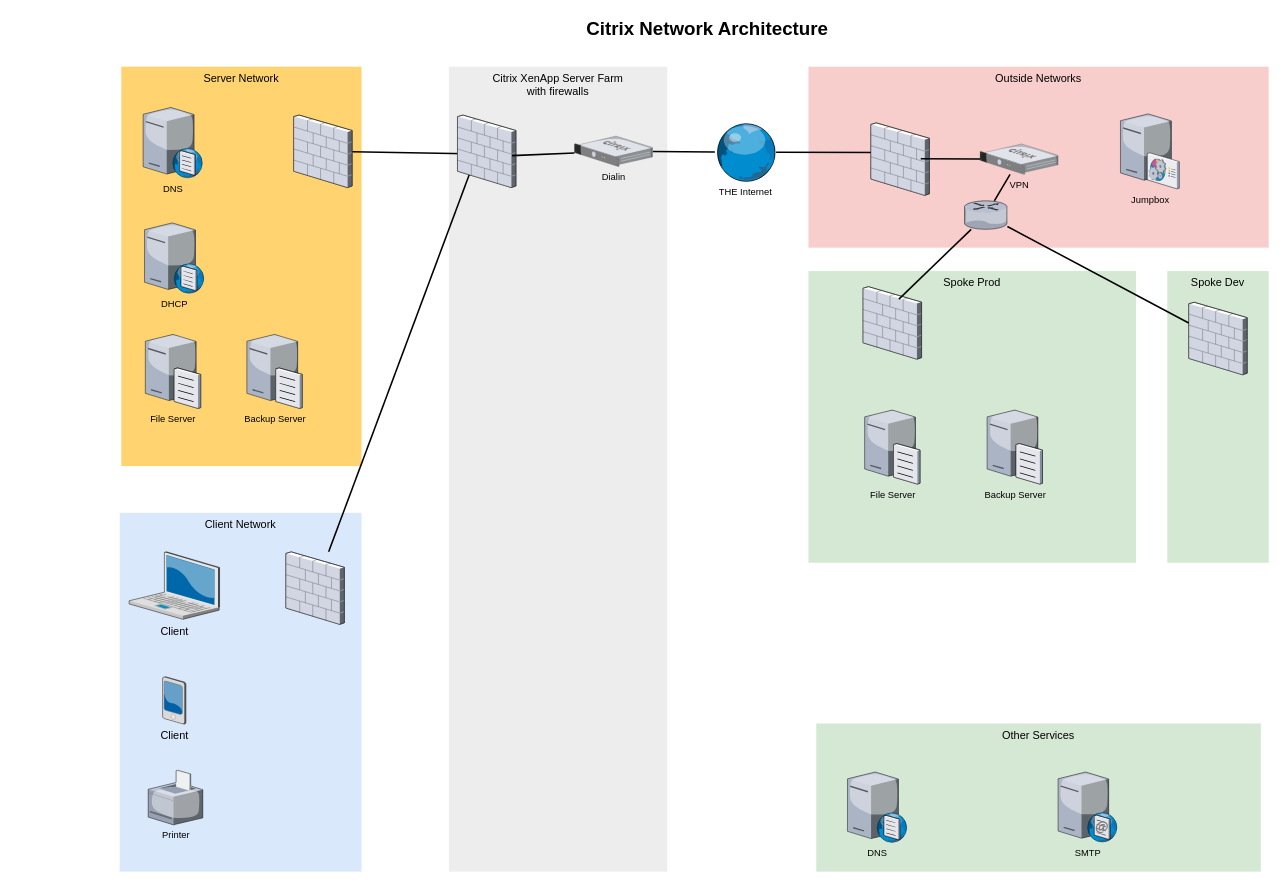
bboortz/monorepo keeps this draw.io diagram as deploy/infrastructure.drawio. Above is the earlier version. Source tidied: cells renumbered, new cells numbered last; positions are measured from the earlier drawing's top-left corner, leaving out a move shared by most shapes. Both pictures are drawn from the tidied source at 78%, with x=0, y=0 at pixel (119, 13).
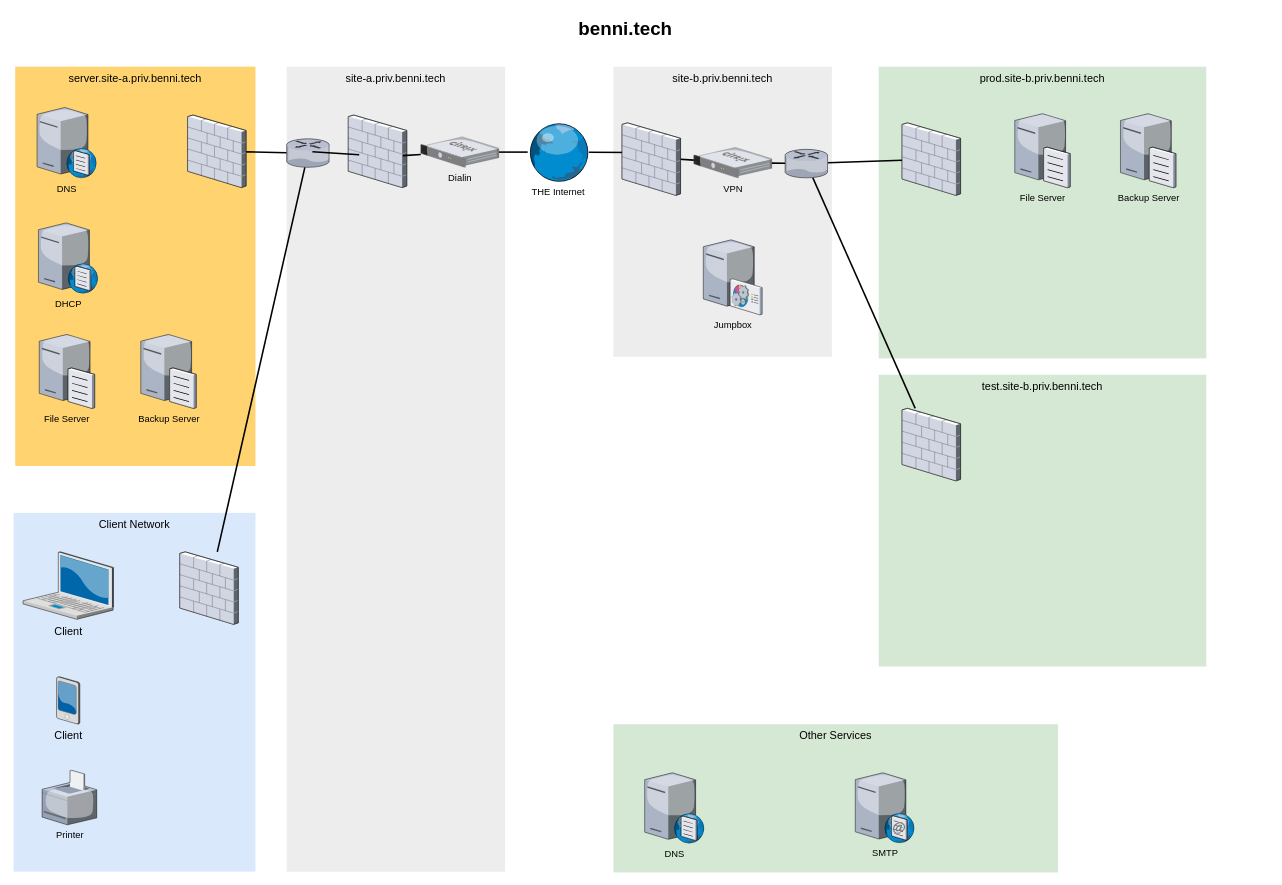
The same page after the edit.

The edit, as a diff of the source:
```diff
@@
+    <mxCell id="41" value="site-b.priv.benni.tech" style="whiteSpace=wrap;html=1;fillColor=#EDEDED;fontSize=14;strokeColor=none;verticalAlign=top;" parent="1" vertex="1">
+      <mxGeometry x="633" y="68" width="280" height="372" as="geometry" />
+    </mxCell>
     <mxCell id="2" value="Other Services" style="whiteSpace=wrap;html=1;fillColor=#d5e8d4;fontSize=14;strokeColor=none;verticalAlign=top;" parent="1" vertex="1">
-      <mxGeometry x="893" y="910" width="570" height="190" as="geometry" />
+      <mxGeometry x="633" y="911" width="570" height="190" as="geometry" />
     </mxCell>
-    <mxCell id="3" value="Outside Networks" style="whiteSpace=wrap;html=1;fillColor=#f8cecc;fontSize=14;strokeColor=none;verticalAlign=top;" parent="1" vertex="1">
-      <mxGeometry x="883" y="68" width="590" height="232" as="geometry" />
-    </mxCell>
-    <mxCell id="4" value="Spoke Prod" style="whiteSpace=wrap;html=1;fillColor=#d5e8d4;fontSize=14;strokeColor=none;verticalAlign=top;" parent="1" vertex="1">
-      <mxGeometry x="883" y="330" width="420" height="374" as="geometry" />
+    <mxCell id="4" value="prod.site-b.priv.benni.tech" style="whiteSpace=wrap;html=1;fillColor=#d5e8d4;fontSize=14;strokeColor=none;verticalAlign=top;" parent="1" vertex="1">
+      <mxGeometry x="973" y="68" width="420" height="374" as="geometry" />
     </mxCell>
-    <mxCell id="5" value="Citrix XenApp Server Farm&lt;div&gt;with firewalls&lt;/div&gt;" style="whiteSpace=wrap;html=1;fillColor=#EDEDED;fontSize=14;strokeColor=none;verticalAlign=top;" parent="1" vertex="1">
-      <mxGeometry x="422" y="68" width="280" height="1032" as="geometry" />
+    <mxCell id="5" value="site-a.priv.benni.tech" style="whiteSpace=wrap;html=1;fillColor=#EDEDED;fontSize=14;strokeColor=none;verticalAlign=top;" parent="1" vertex="1">
+      <mxGeometry x="214" y="68" width="280" height="1032" as="geometry" />
     </mxCell>
     <mxCell id="6" value="Client Network" style="whiteSpace=wrap;html=1;fillColor=#dae8fc;fontSize=14;strokeColor=none;verticalAlign=top;" parent="1" vertex="1">
-      <mxGeometry y="640" width="310" height="460" as="geometry" />
+      <mxGeometry x="-136" y="640" width="310" height="460" as="geometry" />
     </mxCell>
-    <mxCell id="7" value="Server Network" style="whiteSpace=wrap;html=1;fillColor=#FFD470;gradientColor=none;fontSize=14;strokeColor=none;verticalAlign=top;" parent="1" vertex="1">
-      <mxGeometry x="2" y="68" width="308" height="512" as="geometry" />
+    <mxCell id="7" value="server.site-a.priv.benni.tech" style="whiteSpace=wrap;html=1;fillColor=#FFD470;gradientColor=none;fontSize=14;strokeColor=none;verticalAlign=top;" parent="1" vertex="1">
+      <mxGeometry x="-134" y="68" width="308" height="512" as="geometry" />
     </mxCell>
     <mxCell id="8" value="Client" style="verticalLabelPosition=bottom;html=1;verticalAlign=top;strokeColor=none;shape=mxgraph.citrix.laptop_2;fillColor=#66B2FF;gradientColor=#0066CC;fontSize=14;" parent="1" vertex="1">
-      <mxGeometry x="12" y="690" width="116" height="86.5" as="geometry" />
+      <mxGeometry x="-124" y="690" width="116" height="86.5" as="geometry" />
     </mxCell>
-    <mxCell id="9" style="edgeStyle=none;rounded=0;html=1;startSize=10;endSize=10;jettySize=auto;fontSize=14;endArrow=none;endFill=0;strokeWidth=2;entryX=0.293;entryY=0.624;entryDx=0;entryDy=0;entryPerimeter=0;" parent="1" edge="1" source="25" target="15">
+    <mxCell id="9" style="edgeStyle=none;rounded=0;html=1;startSize=10;endSize=10;jettySize=auto;fontSize=14;endArrow=none;endFill=0;strokeWidth=2;" parent="1" edge="1" source="25" target="42">
       <mxGeometry relative="1" as="geometry" />
     </mxCell>
     <mxCell id="10" value="Client" style="verticalLabelPosition=bottom;html=1;verticalAlign=top;strokeColor=none;shape=mxgraph.citrix.pda;fillColor=#66B2FF;gradientColor=#0066CC;fontSize=14;" parent="1" vertex="1">
-      <mxGeometry x="55" y="850" width="30" height="61" as="geometry" />
+      <mxGeometry x="-81" y="850" width="30" height="61" as="geometry" />
     </mxCell>
-    <mxCell id="11" style="edgeStyle=none;rounded=0;html=1;startSize=10;endSize=10;jettySize=auto;fontSize=14;endArrow=none;endFill=0;strokeWidth=2;exitX=0.4;exitY=0.538;exitDx=0;exitDy=0;exitPerimeter=0;" parent="1" edge="1" source="15" target="13">
+    <mxCell id="11" style="edgeStyle=none;rounded=0;html=1;startSize=10;endSize=10;jettySize=auto;fontSize=14;endArrow=none;endFill=0;strokeWidth=2;" parent="1" edge="1" source="42" target="13">
       <mxGeometry relative="1" as="geometry" />
     </mxCell>
     <mxCell id="12" style="verticalLabelPosition=bottom;html=1;verticalAlign=top;strokeColor=none;shape=mxgraph.citrix.router;fillColor=#66B2FF;gradientColor=#0066CC;fontSize=14;" parent="1" vertex="1">
-      <mxGeometry x="1083" y="240" width="55" height="36.5" as="geometry" />
+      <mxGeometry x="853" y="174" width="55" height="36.5" as="geometry" />
     </mxCell>
     <mxCell id="13" style="verticalLabelPosition=bottom;html=1;verticalAlign=top;strokeColor=none;shape=mxgraph.citrix.firewall;fillColor=#66B2FF;gradientColor=#0066CC;fontSize=14;" parent="1" vertex="1">
-      <mxGeometry x="223" y="130" width="75" height="93" as="geometry" />
+      <mxGeometry x="87" y="130" width="75" height="93" as="geometry" />
     </mxCell>
@@
     <mxCell id="15" style="verticalLabelPosition=bottom;html=1;verticalAlign=top;strokeColor=none;shape=mxgraph.citrix.firewall;fillColor=#66B2FF;gradientColor=#0066CC;fontSize=14;" parent="1" vertex="1">
-      <mxGeometry x="433" y="130" width="75" height="93" as="geometry" />
+      <mxGeometry x="293" y="130" width="75" height="93" as="geometry" />
     </mxCell>
@@
-    <mxCell id="17" value="Citrix Network Architecture" style="text;strokeColor=none;fillColor=none;html=1;fontSize=24;fontStyle=1;verticalAlign=middle;align=center;" parent="1" vertex="1">
-      <mxGeometry x="322" width="861" height="40" as="geometry" />
+    <mxCell id="17" value="benni.tech" style="text;strokeColor=none;fillColor=none;html=1;fontSize=24;fontStyle=1;verticalAlign=middle;align=center;" parent="1" vertex="1">
+      <mxGeometry x="217" width="861" height="40" as="geometry" />
     </mxCell>
     <mxCell id="18" value="DNS" style="verticalLabelPosition=bottom;sketch=0;html=1;verticalAlign=top;strokeColor=none;align=center;shape=mxgraph.citrix.dns_server;" parent="1" vertex="1">
-      <mxGeometry x="30" y="118" width="76.5" height="92.5" as="geometry" />
+      <mxGeometry x="-106" y="118" width="76.5" height="92.5" as="geometry" />
     </mxCell>
     <mxCell id="19" value="&lt;div&gt;File Server&lt;/div&gt;" style="verticalLabelPosition=bottom;sketch=0;html=1;verticalAlign=top;strokeColor=none;align=center;shape=mxgraph.citrix.file_server;" parent="1" vertex="1">
-      <mxGeometry x="32.8" y="409" width="71" height="97" as="geometry" />
+      <mxGeometry x="-103.2" y="409" width="71" height="97" as="geometry" />
     </mxCell>
     <mxCell id="20" value="Printer" style="verticalLabelPosition=bottom;sketch=0;html=1;verticalAlign=top;strokeColor=none;align=center;shape=mxgraph.citrix.printer;" parent="1" vertex="1">
-      <mxGeometry x="36.5" y="970" width="70" height="70" as="geometry" />
+      <mxGeometry x="-99.5" y="970" width="70" height="70" as="geometry" />
     </mxCell>
     <mxCell id="21" value="SMTP" style="verticalLabelPosition=bottom;sketch=0;html=1;verticalAlign=top;strokeColor=none;align=center;shape=mxgraph.citrix.smtp_server;" parent="1" vertex="1">
-      <mxGeometry x="1203" y="970" width="76" height="92" as="geometry" />
+      <mxGeometry x="943" y="971" width="76" height="92" as="geometry" />
     </mxCell>
     <mxCell id="22" value="Dialin" style="verticalLabelPosition=bottom;sketch=0;html=1;verticalAlign=top;strokeColor=none;align=center;outlineConnect=0;shape=mxgraph.citrix.netscaler_gateway;" parent="1" vertex="1">
-      <mxGeometry x="583" y="157" width="100" height="39" as="geometry" />
+      <mxGeometry x="386" y="158" width="100" height="39" as="geometry" />
     </mxCell>
     <mxCell id="23" value="DHCP" style="verticalLabelPosition=bottom;sketch=0;html=1;verticalAlign=top;strokeColor=none;align=center;shape=mxgraph.citrix.dns_server;" parent="1" vertex="1">
-      <mxGeometry x="31.8" y="266" width="76.5" height="92.5" as="geometry" />
+      <mxGeometry x="-104.2" y="266" width="76.5" height="92.5" as="geometry" />
     </mxCell>
@@
     <mxCell id="25" style="verticalLabelPosition=bottom;html=1;verticalAlign=top;strokeColor=none;shape=mxgraph.citrix.firewall;fillColor=#66B2FF;gradientColor=#0066CC;fontSize=14;" parent="1" vertex="1">
-      <mxGeometry x="213" y="690" width="75" height="93" as="geometry" />
+      <mxGeometry x="77" y="690" width="75" height="93" as="geometry" />
     </mxCell>
     <mxCell id="26" value="DNS" style="verticalLabelPosition=bottom;sketch=0;html=1;verticalAlign=top;strokeColor=none;align=center;shape=mxgraph.citrix.dns_server;" parent="1" vertex="1">
-      <mxGeometry x="933" y="970" width="76.5" height="92.5" as="geometry" />
+      <mxGeometry x="673" y="971" width="76.5" height="92.5" as="geometry" />
     </mxCell>
-    <mxCell id="27" style="verticalLabelPosition=bottom;html=1;verticalAlign=top;strokeColor=none;shape=mxgraph.citrix.firewall;fillColor=#66B2FF;gradientColor=#0066CC;fontSize=14;" parent="1" vertex="1">
-      <mxGeometry x="963" y="140" width="75" height="93" as="geometry" />
-    </mxCell>
     <mxCell id="28" value="THE Internet" style="verticalLabelPosition=bottom;sketch=0;html=1;verticalAlign=top;strokeColor=none;align=center;outlineConnect=0;shape=mxgraph.citrix.globe;" parent="1" vertex="1">
-      <mxGeometry x="763" y="140" width="78.5" height="75" as="geometry" />
+      <mxGeometry x="523" y="140" width="78.5" height="75" as="geometry" />
     </mxCell>
     <mxCell id="29" value="VPN" style="verticalLabelPosition=bottom;sketch=0;html=1;verticalAlign=top;strokeColor=none;align=center;outlineConnect=0;shape=mxgraph.citrix.netscaler_gateway;" parent="1" vertex="1">
-      <mxGeometry x="1103" y="167" width="100" height="39" as="geometry" />
+      <mxGeometry x="736" y="171.5" width="100" height="39" as="geometry" />
     </mxCell>
@@
-    <mxCell id="32" value="Spoke Dev" style="whiteSpace=wrap;html=1;fillColor=#d5e8d4;fontSize=14;strokeColor=none;verticalAlign=top;" parent="1" vertex="1">
-      <mxGeometry x="1343" y="330" width="130" height="374" as="geometry" />
+    <mxCell id="32" value="test.site-b.priv.benni.tech" style="whiteSpace=wrap;html=1;fillColor=#d5e8d4;fontSize=14;strokeColor=none;verticalAlign=top;" parent="1" vertex="1">
+      <mxGeometry x="973" y="463" width="420" height="374" as="geometry" />
     </mxCell>
     <mxCell id="33" style="verticalLabelPosition=bottom;html=1;verticalAlign=top;strokeColor=none;shape=mxgraph.citrix.firewall;fillColor=#66B2FF;gradientColor=#0066CC;fontSize=14;" parent="1" vertex="1">
-      <mxGeometry x="953" y="350" width="75" height="93" as="geometry" />
+      <mxGeometry x="1003" y="140" width="75" height="93" as="geometry" />
     </mxCell>
     <mxCell id="34" style="verticalLabelPosition=bottom;html=1;verticalAlign=top;strokeColor=none;shape=mxgraph.citrix.firewall;fillColor=#66B2FF;gradientColor=#0066CC;fontSize=14;" parent="1" vertex="1">
-      <mxGeometry x="1370.5" y="370" width="75" height="93" as="geometry" />
+      <mxGeometry x="1003" y="506" width="75" height="93" as="geometry" />
     </mxCell>
@@
-    <mxCell id="36" style="edgeStyle=none;rounded=0;html=1;startSize=10;endSize=10;jettySize=auto;fontSize=14;endArrow=none;endFill=0;strokeWidth=2;entryX=0.613;entryY=0.172;entryDx=0;entryDy=0;entryPerimeter=0;" parent="1" edge="1" source="12" target="33">
+    <mxCell id="36" style="edgeStyle=none;rounded=0;html=1;startSize=10;endSize=10;jettySize=auto;fontSize=14;endArrow=none;endFill=0;strokeWidth=2;" parent="1" edge="1" source="12" target="33">
       <mxGeometry relative="1" as="geometry" />
     </mxCell>
     <mxCell id="37" value="&lt;div&gt;File Server&lt;/div&gt;" style="verticalLabelPosition=bottom;sketch=0;html=1;verticalAlign=top;strokeColor=none;align=center;shape=mxgraph.citrix.file_server;" parent="1" vertex="1">
-      <mxGeometry x="955" y="506" width="71" height="97" as="geometry" />
+      <mxGeometry x="1147.5" y="126" width="71" height="97" as="geometry" />
     </mxCell>
     <mxCell id="38" value="Backup Server" style="verticalLabelPosition=bottom;sketch=0;html=1;verticalAlign=top;strokeColor=none;align=center;shape=mxgraph.citrix.file_server;" parent="1" vertex="1">
-      <mxGeometry x="1112" y="506" width="71" height="97" as="geometry" />
+      <mxGeometry x="1283" y="126" width="71" height="97" as="geometry" />
     </mxCell>
     <mxCell id="39" value="Backup Server" style="verticalLabelPosition=bottom;sketch=0;html=1;verticalAlign=top;strokeColor=none;align=center;shape=mxgraph.citrix.file_server;" parent="1" vertex="1">
-      <mxGeometry x="163" y="409" width="71" height="97" as="geometry" />
+      <mxGeometry x="27" y="409" width="71" height="97" as="geometry" />
     </mxCell>
     <mxCell id="40" value="Jumpbox" style="verticalLabelPosition=bottom;sketch=0;html=1;verticalAlign=top;strokeColor=none;align=center;shape=mxgraph.citrix.command_center;" parent="1" vertex="1">
-      <mxGeometry x="1283" y="128.5" width="75.5" height="96" as="geometry" />
+      <mxGeometry x="748.2" y="290" width="75.5" height="96" as="geometry" />
     </mxCell>
+    <mxCell id="27" style="verticalLabelPosition=bottom;html=1;verticalAlign=top;strokeColor=none;shape=mxgraph.citrix.firewall;fillColor=#66B2FF;gradientColor=#0066CC;fontSize=14;" parent="1" vertex="1">
+      <mxGeometry x="644" y="140" width="75" height="93" as="geometry" />
+    </mxCell>
+    <mxCell id="42" style="verticalLabelPosition=bottom;html=1;verticalAlign=top;strokeColor=none;shape=mxgraph.citrix.router;fillColor=#66B2FF;gradientColor=#0066CC;fontSize=14;" parent="1" vertex="1">
+      <mxGeometry x="214" y="160.5" width="55" height="36.5" as="geometry" />
+    </mxCell>
+    <mxCell id="43" style="edgeStyle=none;rounded=0;html=1;startSize=10;endSize=10;jettySize=auto;fontSize=14;endArrow=none;endFill=0;strokeWidth=2;exitX=0.187;exitY=0.548;exitDx=0;exitDy=0;exitPerimeter=0;entryX=0.6;entryY=0.452;entryDx=0;entryDy=0;entryPerimeter=0;" parent="1" edge="1" source="15" target="42">
+      <mxGeometry relative="1" as="geometry" />
+    </mxCell>
```
